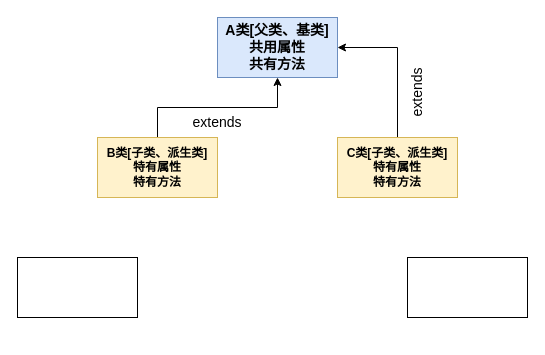
The draw.io diagram Pictures/继承.drawio in jiaong/image, before the edit. Source tidied: cells renumbered, new cells numbered last; positions are measured from the earlier drawing's top-left corner, leaving out a move shared by most shapes. Both pictures are drawn from the tidied source at 100%, with x=0, y=0 at pixel (17, 17).
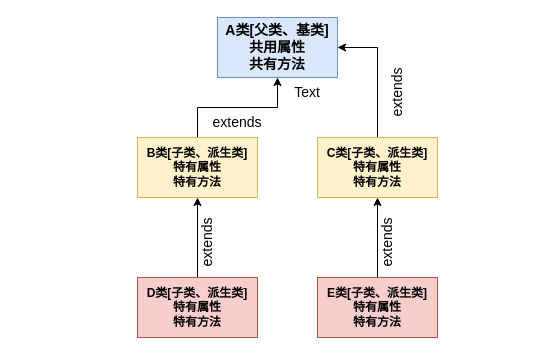
The same diagram, later.

Diff of the diagram source:
```diff
@@
 <mxGraphModel>
   <root>
     <mxCell id="0" />
     <mxCell id="1" parent="0" />
     <mxCell id="2" value="&lt;b style=&quot;font-size: 14px&quot;&gt;A类[父类、基类]&lt;br&gt;共用属性&lt;br&gt;共有方法&lt;br&gt;&lt;/b&gt;" style="rounded=0;whiteSpace=wrap;html=1;fillColor=#dae8fc;strokeColor=#6c8ebf;" parent="1" vertex="1">
       <mxGeometry x="200" width="120" height="60" as="geometry" />
     </mxCell>
+    <mxCell id="11" style="edgeStyle=orthogonalEdgeStyle;rounded=0;jettySize=auto;html=1;exitX=0.5;exitY=0;exitDx=0;exitDy=0;entryX=0.5;entryY=1;entryDx=0;entryDy=0;fontSize=14;" parent="1" edge="1" source="3" target="8">
+      <mxGeometry relative="1" as="geometry" />
+    </mxCell>
-    <mxCell id="3" style="rounded=0;whiteSpace=wrap;html=1;" parent="1" vertex="1">
-      <mxGeometry x="390" y="240" width="120" height="60" as="geometry" />
+    <mxCell id="3" value="&lt;b&gt;E类[子类、派生类]&lt;br&gt;特有属性&lt;br&gt;特有方法&lt;/b&gt;" style="rounded=0;whiteSpace=wrap;html=1;fillColor=#f8cecc;strokeColor=#b85450;" parent="1" vertex="1">
+      <mxGeometry x="300" y="260" width="120" height="60" as="geometry" />
     </mxCell>
+    <mxCell id="12" style="edgeStyle=orthogonalEdgeStyle;rounded=0;jettySize=auto;html=1;exitX=0.5;exitY=0;exitDx=0;exitDy=0;entryX=0.5;entryY=1;entryDx=0;entryDy=0;fontSize=14;" parent="1" edge="1" source="4" target="6">
+      <mxGeometry relative="1" as="geometry" />
+    </mxCell>
-    <mxCell id="4" style="rounded=0;whiteSpace=wrap;html=1;" parent="1" vertex="1">
-      <mxGeometry y="240" width="120" height="60" as="geometry" />
+    <mxCell id="4" value="&lt;b&gt;D类[子类、派生类]&lt;br&gt;特有属性&lt;br&gt;特有方法&lt;/b&gt;" style="rounded=0;whiteSpace=wrap;html=1;fillColor=#f8cecc;strokeColor=#b85450;" parent="1" vertex="1">
+      <mxGeometry x="120" y="260" width="120" height="60" as="geometry" />
     </mxCell>
     <mxCell id="5" style="edgeStyle=orthogonalEdgeStyle;rounded=0;jettySize=auto;html=1;exitX=0.5;exitY=0;exitDx=0;exitDy=0;fontSize=14;" parent="1" edge="1" source="6" target="2">
       <mxGeometry relative="1" as="geometry" />
     </mxCell>
     <mxCell id="6" value="&lt;b&gt;B类[子类、派生类]&lt;br&gt;特有属性&lt;br&gt;特有方法&lt;/b&gt;" style="rounded=0;whiteSpace=wrap;html=1;fillColor=#fff2cc;strokeColor=#d6b656;" parent="1" vertex="1">
-      <mxGeometry x="80" y="120" width="120" height="60" as="geometry" />
+      <mxGeometry x="120" y="120" width="120" height="60" as="geometry" />
     </mxCell>
     <mxCell id="7" style="edgeStyle=orthogonalEdgeStyle;rounded=0;jettySize=auto;html=1;exitX=0.5;exitY=0;exitDx=0;exitDy=0;entryX=1;entryY=0.5;entryDx=0;entryDy=0;fontSize=14;" parent="1" edge="1" source="8" target="2">
       <mxGeometry relative="1" as="geometry" />
     </mxCell>
     <mxCell id="8" value="&lt;b&gt;C类[子类、派生类]&lt;br&gt;特有属性&lt;br&gt;特有方法&lt;/b&gt;" style="rounded=0;whiteSpace=wrap;html=1;fillColor=#fff2cc;strokeColor=#d6b656;" parent="1" vertex="1">
-      <mxGeometry x="320" y="120" width="120" height="60" as="geometry" />
+      <mxGeometry x="300" y="120" width="120" height="60" as="geometry" />
     </mxCell>
     <mxCell id="9" value="extends" style="text;html=1;strokeColor=none;fillColor=none;align=center;verticalAlign=middle;whiteSpace=wrap;rounded=0;fontSize=14;" parent="1" vertex="1">
-      <mxGeometry x="170" y="90" width="60" height="30" as="geometry" />
+      <mxGeometry x="190" y="90" width="60" height="30" as="geometry" />
     </mxCell>
     <mxCell id="10" value="extends" style="text;html=1;strokeColor=none;fillColor=none;align=center;verticalAlign=middle;whiteSpace=wrap;rounded=0;fontSize=14;rotation=270;" parent="1" vertex="1">
-      <mxGeometry x="370" y="60" width="60" height="30" as="geometry" />
+      <mxGeometry x="350" y="60" width="60" height="30" as="geometry" />
     </mxCell>
+    <mxCell id="13" value="Text" style="text;html=1;strokeColor=none;fillColor=none;align=center;verticalAlign=middle;whiteSpace=wrap;rounded=0;fontSize=14;" parent="1" vertex="1">
+      <mxGeometry x="260" y="60" width="60" height="30" as="geometry" />
+    </mxCell>
+    <mxCell id="14" value="extends" style="text;html=1;strokeColor=none;fillColor=none;align=center;verticalAlign=middle;whiteSpace=wrap;rounded=0;fontSize=14;rotation=270;" parent="1" vertex="1">
+      <mxGeometry x="160" y="210" width="60" height="30" as="geometry" />
+    </mxCell>
+    <mxCell id="15" value="extends" style="text;html=1;strokeColor=none;fillColor=none;align=center;verticalAlign=middle;whiteSpace=wrap;rounded=0;fontSize=14;rotation=270;" parent="1" vertex="1">
+      <mxGeometry x="340" y="210" width="60" height="30" as="geometry" />
+    </mxCell>
   </root>
 </mxGraphModel>
```
